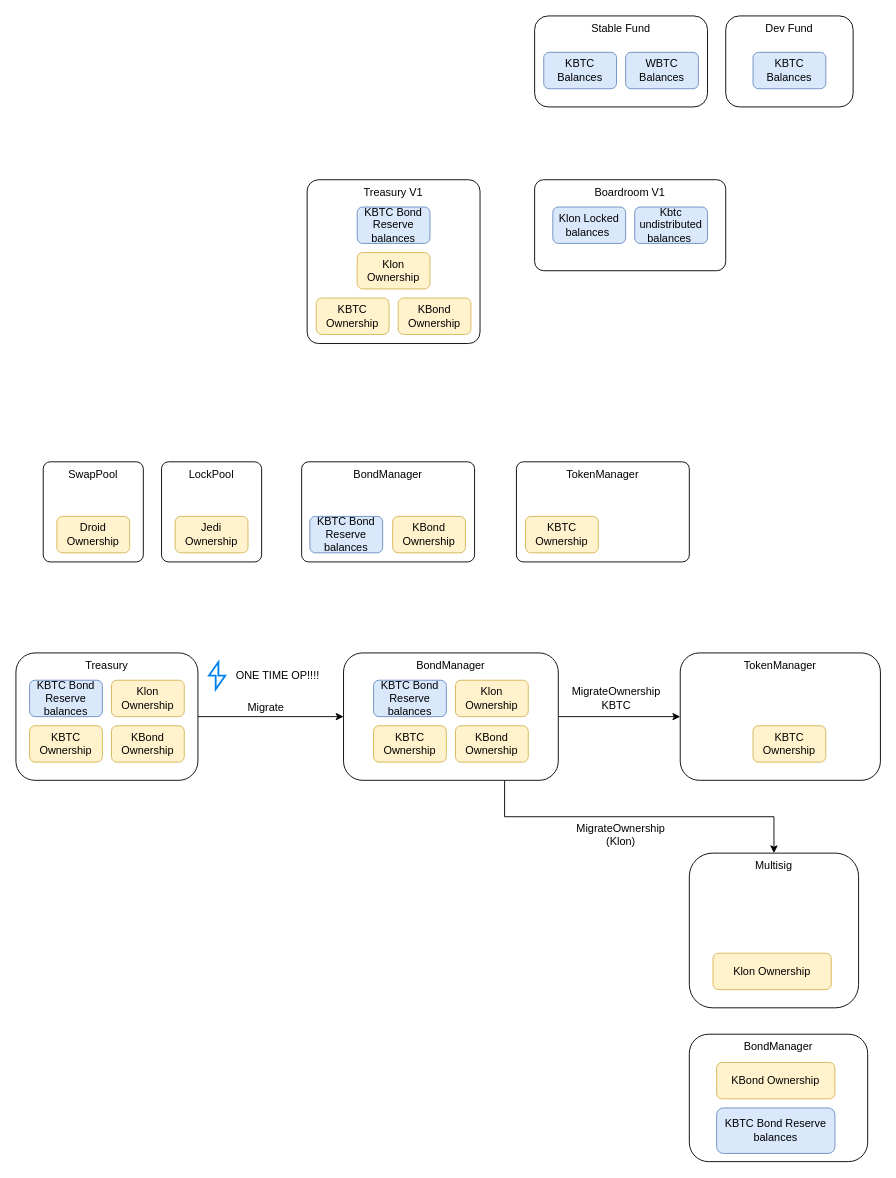
Above: docs/Acrhitecture.drawio in klondike-finance/klondike-protocol-v2 (draw.io), before the change. Source tidied: cells renumbered, new cells numbered last; positions are measured from the earlier drawing's top-left corner, leaving out a move shared by most shapes. Both pictures are drawn from the tidied source at 91%, with x=0, y=0 at pixel (15, 15).
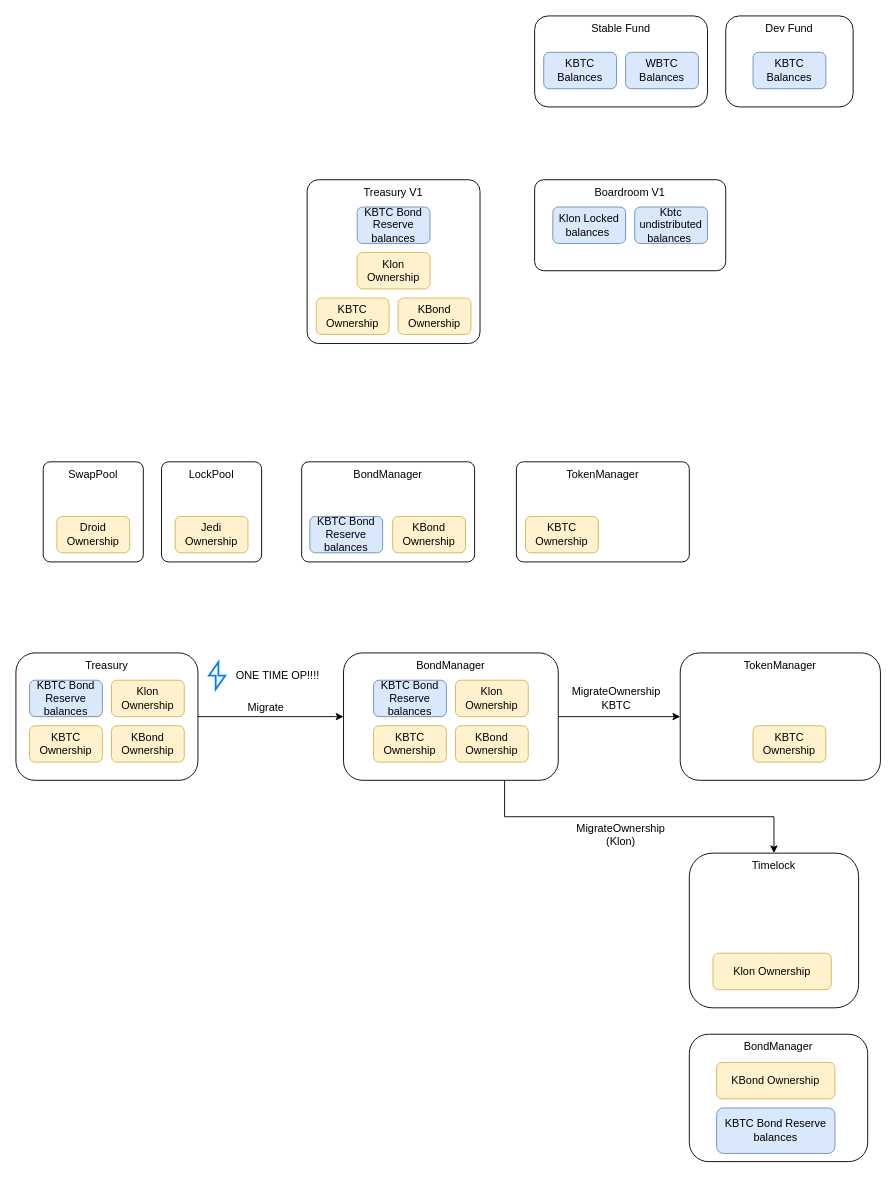
The same page after the edit.

What changed in the source:
```diff
@@
-    <mxCell id="42" value="Multisig" style="rounded=1;whiteSpace=wrap;html=1;verticalAlign=top;" parent="1" vertex="1">
+    <mxCell id="42" value="Timelock" style="rounded=1;whiteSpace=wrap;html=1;verticalAlign=top;" parent="1" vertex="1">
       <mxGeometry x="740" y="920" width="186" height="170" as="geometry" />
     </mxCell>
```
